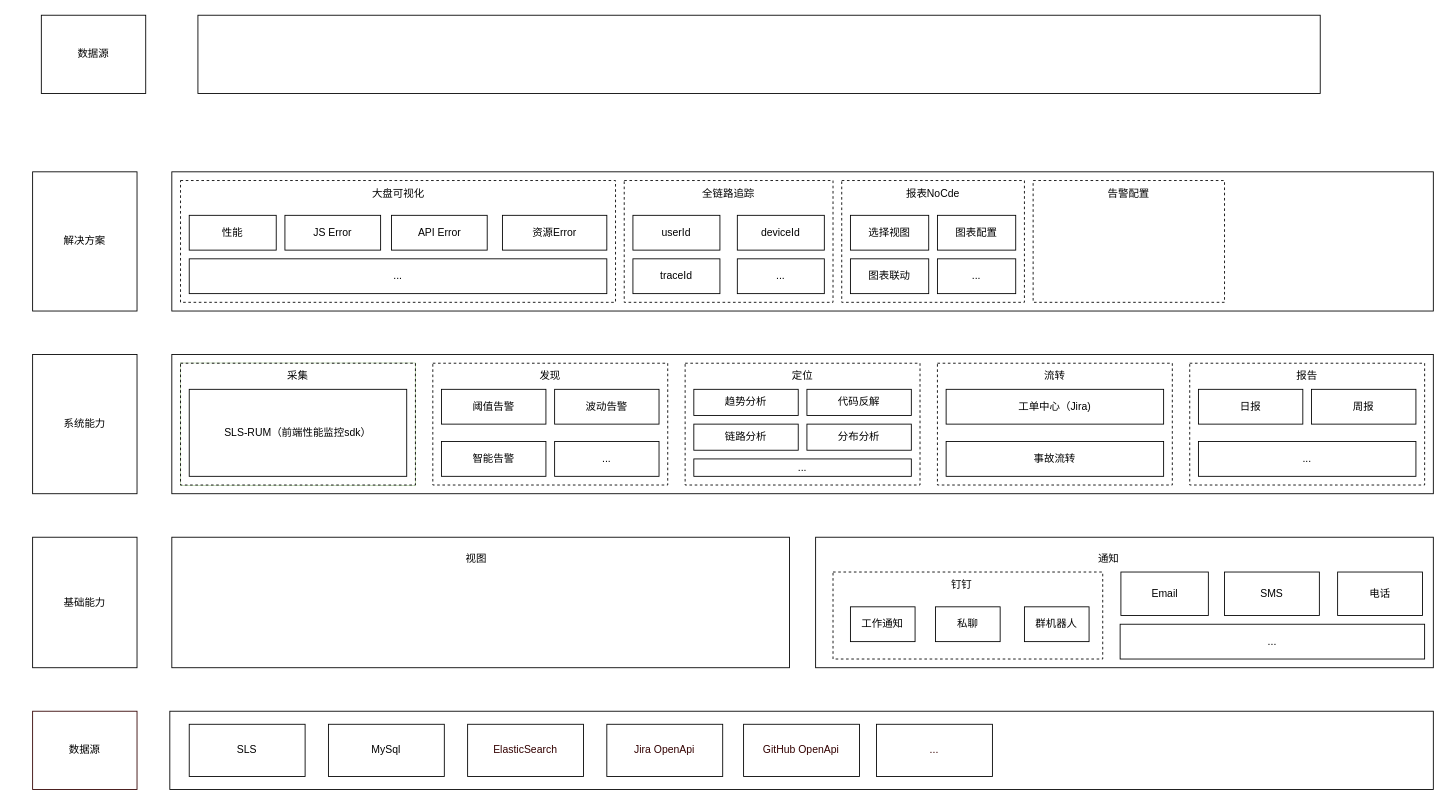
Above: worker/质量大盘.drawio in TNT-Likely/diagrams (draw.io), before the change. Source tidied: cells renumbered, new cells numbered last; positions are measured from the earlier drawing's top-left corner, leaving out a move shared by most shapes. Both pictures are drawn from the tidied source at 87%, with x=0, y=0 at pixel (15, 15).
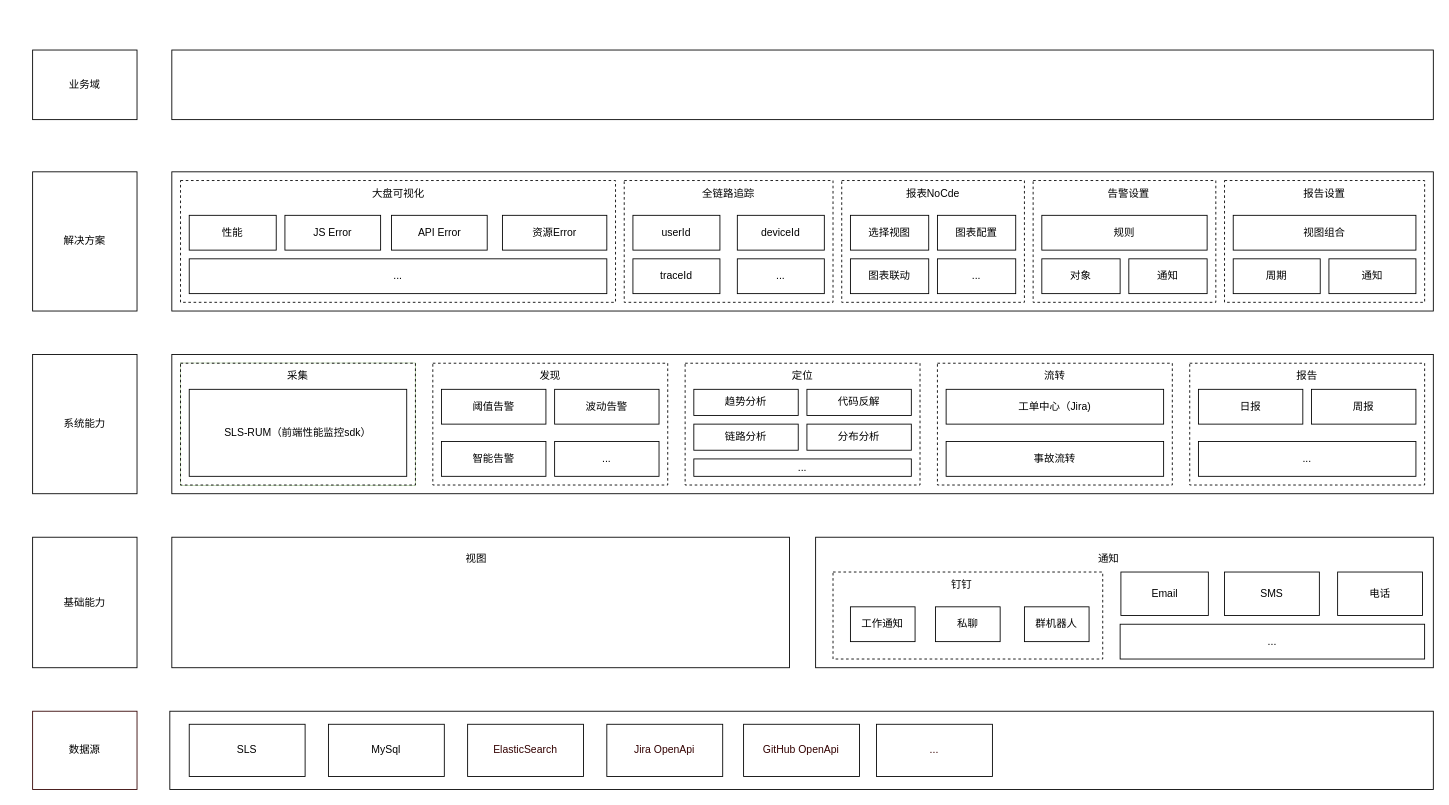
Above is the later version.

Commit message (it also covers changes not shown here):
更新质量大盘.drawio

The change refers to these unchanged cells:
```xml
<mxCell id="55" style="group;dashed=1;" parent="1" vertex="1">
  <mxGeometry y="180" width="1630" height="160" as="geometry" />
</mxCell>
```

What changed in the source:
```diff
@@
-    <mxCell id="2" style="group;" parent="1" vertex="1">
-      <mxGeometry x="30" width="1470" height="90" as="geometry" />
-    </mxCell>
-    <mxCell id="3" style="group;" parent="2" vertex="1">
-      <mxGeometry width="1470" height="90" as="geometry" />
-    </mxCell>
-    <mxCell id="4" value="数据源" style="rounded=0;whiteSpace=wrap;html=1;" parent="3" vertex="1">
-      <mxGeometry width="120" height="90" as="geometry" />
-    </mxCell>
-    <mxCell id="5" style="rounded=0;whiteSpace=wrap;html=1;" parent="3" vertex="1">
-      <mxGeometry x="180" width="1290" height="90" as="geometry" />
-    </mxCell>
@@
     <mxCell id="76" style="rounded=0;whiteSpace=wrap;html=1;dashed=1;" parent="55" vertex="1">
-      <mxGeometry x="1170" y="10" width="220" height="140" as="geometry" />
+      <mxGeometry x="1170" y="10" width="210" height="140" as="geometry" />
     </mxCell>
-    <mxCell id="77" value="告警配置" style="text;html=1;strokeColor=none;fillColor=none;align=center;verticalAlign=middle;whiteSpace=wrap;rounded=0;" parent="55" vertex="1">
+    <mxCell id="77" value="告警设置" style="text;html=1;strokeColor=none;fillColor=none;align=center;verticalAlign=middle;whiteSpace=wrap;rounded=0;" parent="55" vertex="1">
       <mxGeometry x="1250" y="10" width="60" height="30" as="geometry" />
     </mxCell>
+    <mxCell id="88" value="对象" style="rounded=0;whiteSpace=wrap;html=1;" parent="55" vertex="1">
+      <mxGeometry x="1180" y="100" width="90" height="40" as="geometry" />
+    </mxCell>
+    <mxCell id="89" value="通知" style="rounded=0;whiteSpace=wrap;html=1;" parent="55" vertex="1">
+      <mxGeometry x="1280" y="100" width="90" height="40" as="geometry" />
+    </mxCell>
+    <mxCell id="90" value="规则" style="rounded=0;whiteSpace=wrap;html=1;" parent="55" vertex="1">
+      <mxGeometry x="1180" y="50" width="190" height="40" as="geometry" />
+    </mxCell>
+    <mxCell id="91" style="rounded=0;whiteSpace=wrap;html=1;dashed=1;" parent="55" vertex="1">
+      <mxGeometry x="1390" y="10" width="230" height="140" as="geometry" />
+    </mxCell>
+    <mxCell id="92" value="报告设置" style="text;html=1;strokeColor=none;fillColor=none;align=center;verticalAlign=middle;whiteSpace=wrap;rounded=0;" parent="55" vertex="1">
+      <mxGeometry x="1475" y="10" width="60" height="30" as="geometry" />
+    </mxCell>
+    <mxCell id="93" value="视图组合" style="rounded=0;whiteSpace=wrap;html=1;" parent="55" vertex="1">
+      <mxGeometry x="1400" y="50" width="210" height="40" as="geometry" />
+    </mxCell>
+    <mxCell id="94" value="周期" style="rounded=0;whiteSpace=wrap;html=1;" parent="55" vertex="1">
+      <mxGeometry x="1400" y="100" width="100" height="40" as="geometry" />
+    </mxCell>
+    <mxCell id="95" value="通知" style="rounded=0;whiteSpace=wrap;html=1;" parent="55" vertex="1">
+      <mxGeometry x="1510" y="100" width="100" height="40" as="geometry" />
+    </mxCell>
@@
+    <mxCell id="4" value="业务域" style="rounded=0;whiteSpace=wrap;html=1;" parent="1" vertex="1">
+      <mxGeometry x="20" y="40" width="120" height="80" as="geometry" />
+    </mxCell>
+    <mxCell id="5" style="rounded=0;whiteSpace=wrap;html=1;" parent="1" vertex="1">
+      <mxGeometry x="180" y="40" width="1450" height="80" as="geometry" />
+    </mxCell>
```
